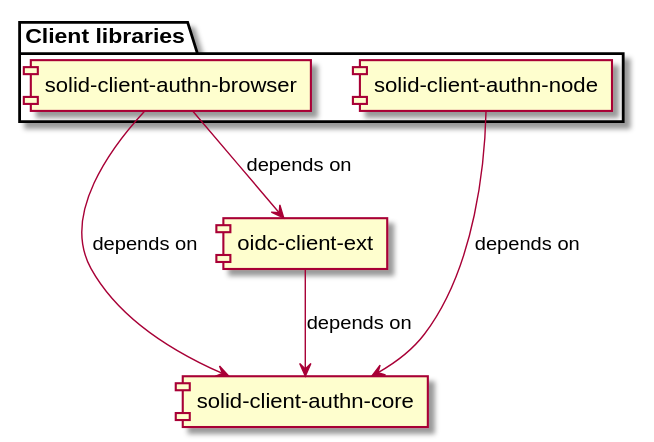
The PlantUML diagram documentation/diagrams/module_map.svg in inrupt/solid-client-authn-js, before a commit.
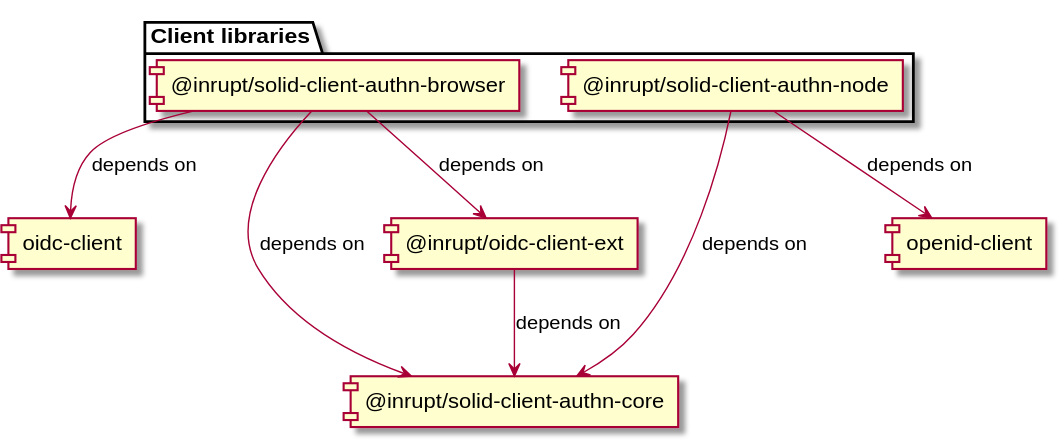
After the commit.

Commit message:
Updated diagrams with external libs

What changed in the source:
```diff
@@ -2,14 +2,16 @@
 
 
 package "Client libraries" {
-	[solid-client-authn-browser]
-	[solid-client-authn-node]
+	[@inrupt/solid-client-authn-browser]
+	[@inrupt/solid-client-authn-node]
 }
 
-[solid-client-authn-browser] --> [solid-client-authn-core]: depends on
-[solid-client-authn-browser] --> [oidc-client-ext]: depends on
-[solid-client-authn-node] --> [solid-client-authn-core]: depends on
-[oidc-client-ext] --> [solid-client-authn-core]: depends on
+[@inrupt/solid-client-authn-browser] --> [oidc-client]: depends on
+[@inrupt/solid-client-authn-browser] --> [@inrupt/solid-client-authn-core]: depends on
+[@inrupt/solid-client-authn-browser] --> [@inrupt/oidc-client-ext]: depends on
+[@inrupt/solid-client-authn-node] --> [@inrupt/solid-client-authn-core]: depends on
+[@inrupt/solid-client-authn-node] --> [openid-client]: depends on
+[@inrupt/oidc-client-ext] --> [@inrupt/solid-client-authn-core]: depends on
 
 
 @enduml
```
